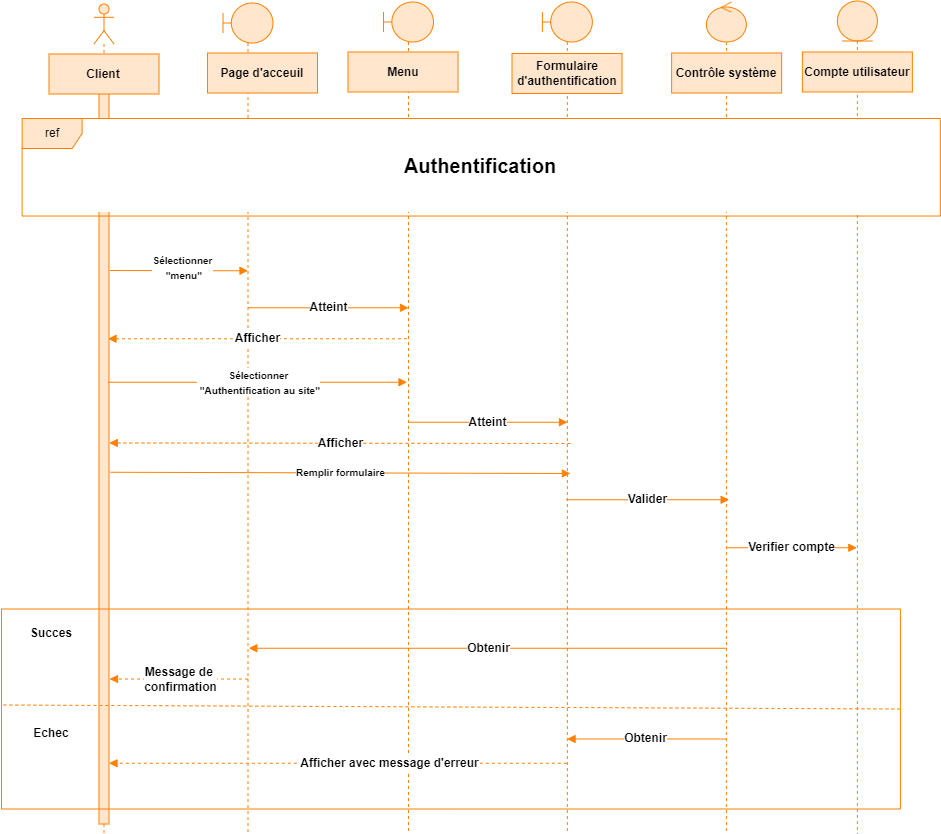
Before: images/Authentification au site.png, a diagram exported from draw.io (alizhassane/pfe). Source tidied: cells renumbered, new cells last; positions are measured from the earlier drawing's top-left corner, leaving out a move shared by most shapes.
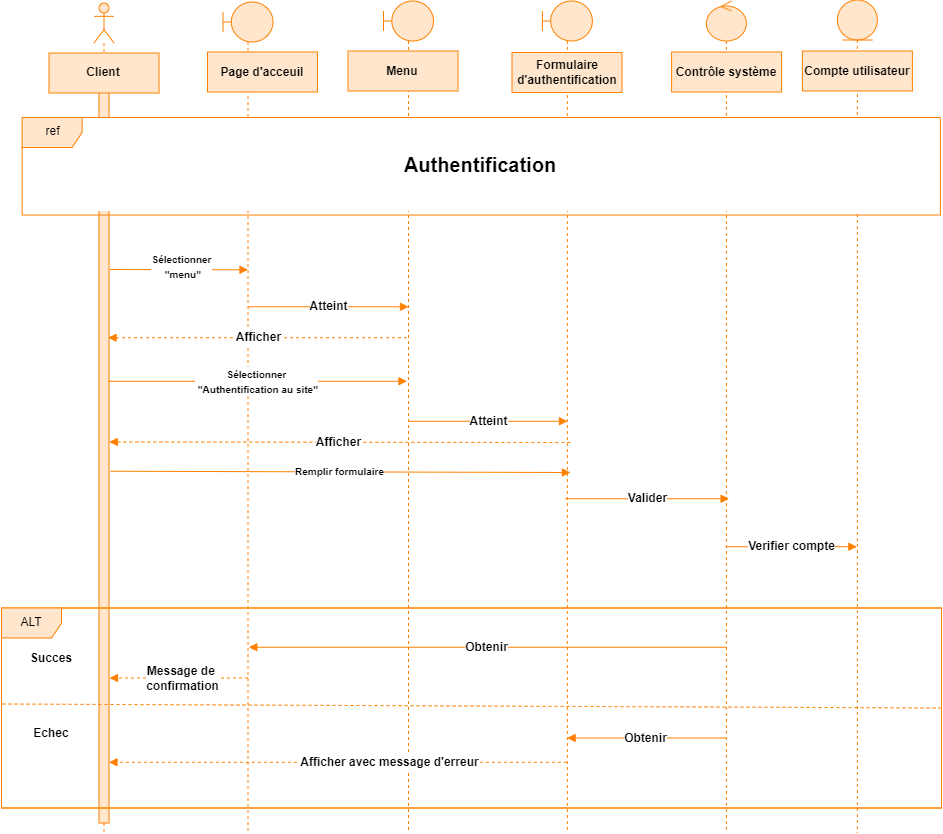
Later version of the same file.

What changed in the source:
```diff
@@ -107,7 +107,7 @@
       </mxGeometry>
     </mxCell>
     <mxCell id="27" style="swimlane;startSize=0;strokeColor=#FF8000;align=center;verticalAlign=middle;fontFamily=Helvetica;fontSize=12;fontColor=default;fontStyle=1;fillColor=#FFE6CC;" parent="1" vertex="1">
-      <mxGeometry y="608.5" width="898.9" height="200" as="geometry" />
+      <mxGeometry y="608.5" width="940" height="200" as="geometry" />
     </mxCell>
     <mxCell id="28" value="Obtenir" style="html=1;verticalAlign=middle;endArrow=block;curved=0;rounded=0;strokeColor=#FF8000;align=center;fontFamily=Helvetica;fontSize=12;fontColor=default;fontStyle=1;fillColor=#FFE6CC;" parent="27" edge="1">
       <mxGeometry relative="1" as="geometry">
@@ -122,25 +122,28 @@
       </mxGeometry>
     </mxCell>
     <mxCell id="30" value="&lt;b&gt;Succes&lt;/b&gt;" style="text;html=1;align=center;verticalAlign=middle;whiteSpace=wrap;rounded=0;fontFamily=Helvetica;fontSize=12;fontColor=default;fontStyle=1;" parent="27" vertex="1">
-      <mxGeometry x="20" y="10" width="60" height="30" as="geometry" />
+      <mxGeometry x="20" y="35" width="60" height="30" as="geometry" />
     </mxCell>
     <mxCell id="31" value="&lt;b&gt;Echec&lt;/b&gt;" style="text;html=1;align=center;verticalAlign=middle;whiteSpace=wrap;rounded=0;fontFamily=Helvetica;fontSize=12;fontColor=default;fontStyle=1;" parent="27" vertex="1">
       <mxGeometry x="20" y="110" width="60" height="30" as="geometry" />
     </mxCell>
-    <mxCell id="32" style="html=1;verticalAlign=middle;endArrow=none;curved=0;rounded=0;dashed=1;exitX=1;exitY=0.5;exitDx=0;exitDy=0;endFill=0;entryX=-0.001;entryY=0.48;entryDx=0;entryDy=0;entryPerimeter=0;strokeColor=#FF8000;align=center;fontFamily=Helvetica;fontSize=12;fontColor=default;fontStyle=1;fillColor=#FFE6CC;" parent="1" edge="1" source="27" target="27">
-      <mxGeometry relative="1" as="geometry" />
+    <mxCell id="32" value="ALT" style="shape=umlFrame;whiteSpace=wrap;html=1;fillColor=#FFE6CC;strokeColor=#FF8000;align=center;verticalAlign=middle;fontFamily=Helvetica;fontSize=12;fontColor=default;" parent="27" vertex="1">
+      <mxGeometry width="940" height="200" as="geometry" />
     </mxCell>
-    <mxCell id="33" value="Obtenir" style="html=1;verticalAlign=middle;endArrow=block;curved=0;rounded=0;strokeColor=#FF8000;align=center;fontFamily=Helvetica;fontSize=12;fontColor=default;fontStyle=1;fillColor=#FFE6CC;" parent="1" edge="1">
-      <mxGeometry relative="1" as="geometry">
-        <mxPoint x="725.4" y="647.8" as="sourcePoint" />
-        <mxPoint x="247.3" y="647.8" as="targetPoint" />
-      </mxGeometry>
+    <mxCell id="33" style="html=1;verticalAlign=middle;endArrow=none;curved=0;rounded=0;dashed=1;exitX=1;exitY=0.5;exitDx=0;exitDy=0;endFill=0;entryX=-0.001;entryY=0.48;entryDx=0;entryDy=0;entryPerimeter=0;strokeColor=#FF8000;align=center;fontFamily=Helvetica;fontSize=12;fontColor=default;fontStyle=1;fillColor=#FFE6CC;" parent="1" edge="1" source="27" target="27">
+      <mxGeometry relative="1" as="geometry" />
     </mxCell>
-    <mxCell id="34" value="Afficher avec message d'erreur" style="html=1;verticalAlign=middle;endArrow=block;curved=0;rounded=0;dashed=1;strokeColor=#FF8000;align=center;fontFamily=Helvetica;fontSize=12;fontColor=default;fontStyle=1;fillColor=#FFE6CC;" parent="1" edge="1">
-      <mxGeometry x="-0.22" relative="1" as="geometry">
-        <mxPoint x="565.4" y="762.8" as="sourcePoint" />
-        <mxPoint x="107.5" y="762.8" as="targetPoint" />
+    <mxCell id="34" value="Obtenir" style="html=1;verticalAlign=middle;endArrow=block;curved=0;rounded=0;strokeColor=#FF8000;align=center;fontFamily=Helvetica;fontSize=12;fontColor=default;fontStyle=1;fillColor=#FFE6CC;" parent="1" edge="1">
+      <mxGeometry relative="1" as="geometry">
+        <mxPoint x="725.4" y="647.8" as="sourcePoint" />
+        <mxPoint x="247.3" y="647.8" as="targetPoint" />
       </mxGeometry>
     </mxCell>
+    <mxCell id="35" value="Afficher avec message d'erreur" style="html=1;verticalAlign=middle;endArrow=block;curved=0;rounded=0;dashed=1;strokeColor=#FF8000;align=center;fontFamily=Helvetica;fontSize=12;fontColor=default;fontStyle=1;fillColor=#FFE6CC;" parent="1" edge="1">
+      <mxGeometry x="-0.22" relative="1" as="geometry">
+        <mxPoint x="565.4" y="762.8" as="sourcePoint" />
+        <mxPoint x="107.5" y="762.8" as="targetPoint" />
+      </mxGeometry>
+    </mxCell>
   </root>
 </mxGraphModel>
```
